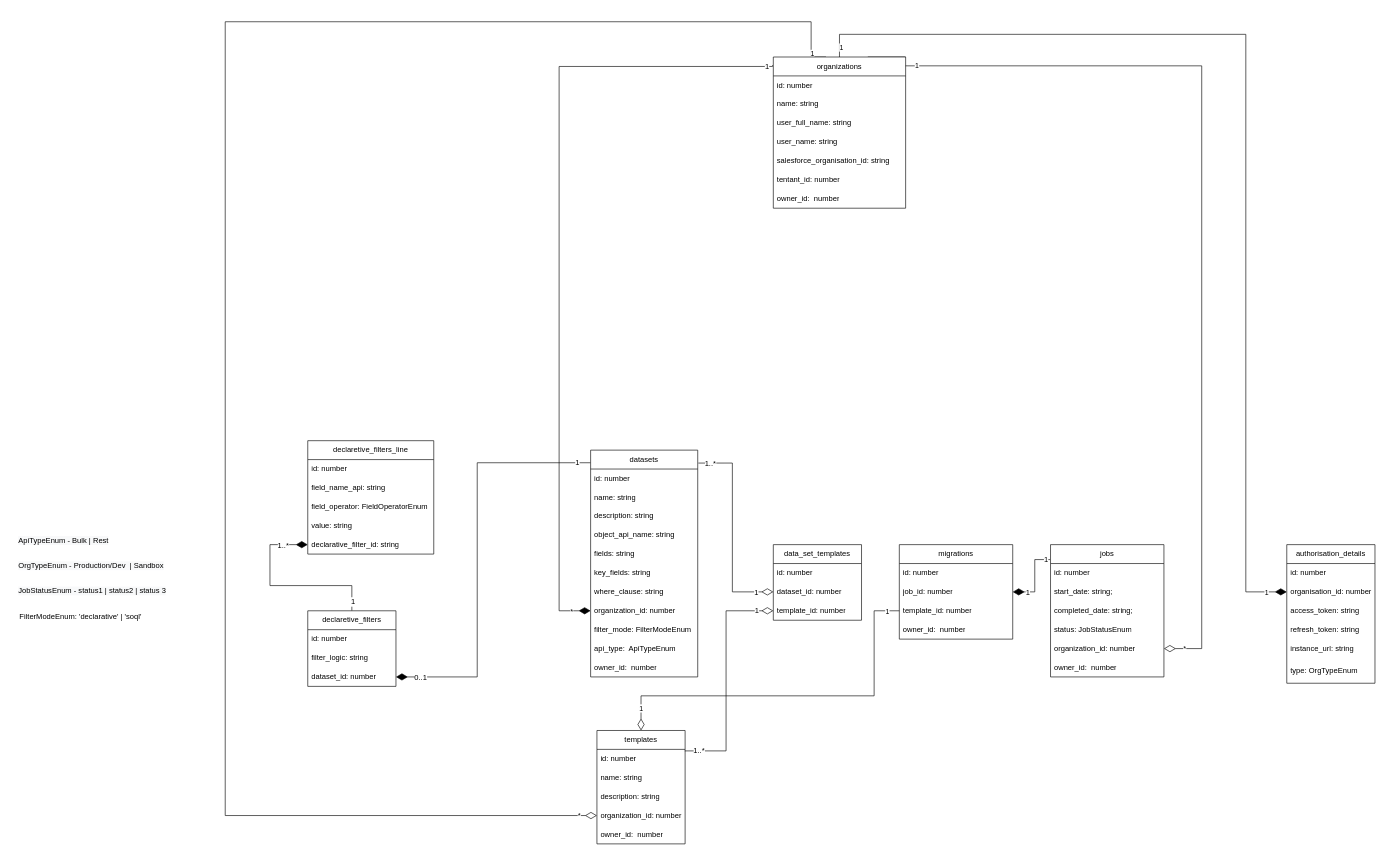
The draw.io diagram dm-database.drawio in dtrrk/umldiagrams, before the edit. Source tidied: cells renumbered, new cells numbered last; positions are measured from the earlier drawing's top-left corner, leaving out a move shared by most shapes. Both pictures are drawn from the tidied source at 63%, with x=0, y=0 at pixel (11, 21).
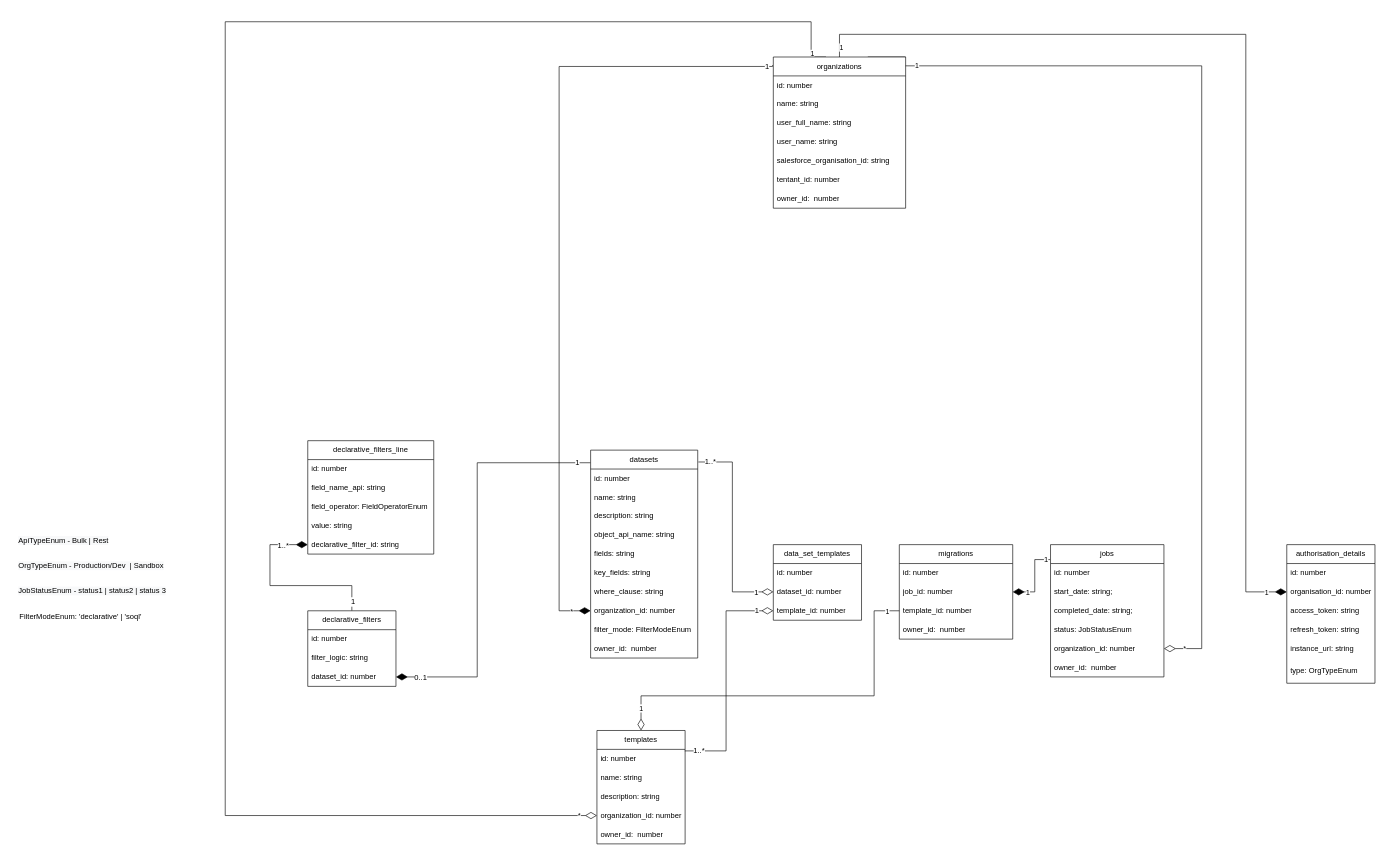
Above is the later version.

The edit, as a diff of the source:
```diff
@@
     <mxCell id="8" value="datasets" style="swimlane;fontStyle=0;horizontal=1;startSize=30;whiteSpace=wrap;html=1;strokeColor=default;" parent="1" vertex="1">
-      <mxGeometry x="920" y="680" width="170" height="360" as="geometry" />
+      <mxGeometry x="920" y="680" width="170" height="330" as="geometry" />
     </mxCell>
@@
-    <mxCell id="18" value="api_type:&amp;nbsp; ApiTypeEnum" style="text;strokeColor=none;fillColor=none;align=left;verticalAlign=middle;spacingLeft=4;spacingRight=4;overflow=hidden;whiteSpace=wrap;html=1;" parent="8" vertex="1">
-      <mxGeometry y="300" width="170" height="30" as="geometry" />
-    </mxCell>
     <mxCell id="19" value="owner_id:&amp;nbsp; number" style="text;strokeColor=none;fillColor=none;align=left;verticalAlign=middle;spacingLeft=4;spacingRight=4;overflow=hidden;whiteSpace=wrap;html=1;" parent="8" vertex="1">
-      <mxGeometry y="330" width="170" height="30" as="geometry" />
+      <mxGeometry y="300" width="170" height="30" as="geometry" />
     </mxCell>
@@
-    <mxCell id="79" value="declaretive_filters" style="swimlane;fontStyle=0;horizontal=1;startSize=30;whiteSpace=wrap;html=1;strokeColor=default;" parent="1" vertex="1">
+    <mxCell id="79" value="declarative_filters" style="swimlane;fontStyle=0;horizontal=1;startSize=30;whiteSpace=wrap;html=1;strokeColor=default;" parent="1" vertex="1">
       <mxGeometry x="471" y="935" width="140" height="120" as="geometry" />
     </mxCell>
@@
-    <mxCell id="83" value="declaretive_filters_line" style="swimlane;fontStyle=0;horizontal=1;startSize=30;whiteSpace=wrap;html=1;strokeColor=default;" parent="1" vertex="1">
+    <mxCell id="83" value="declarative_filters_line" style="swimlane;fontStyle=0;horizontal=1;startSize=30;whiteSpace=wrap;html=1;strokeColor=default;" parent="1" vertex="1">
       <mxGeometry x="471" y="665" width="200" height="180" as="geometry" />
     </mxCell>
```
